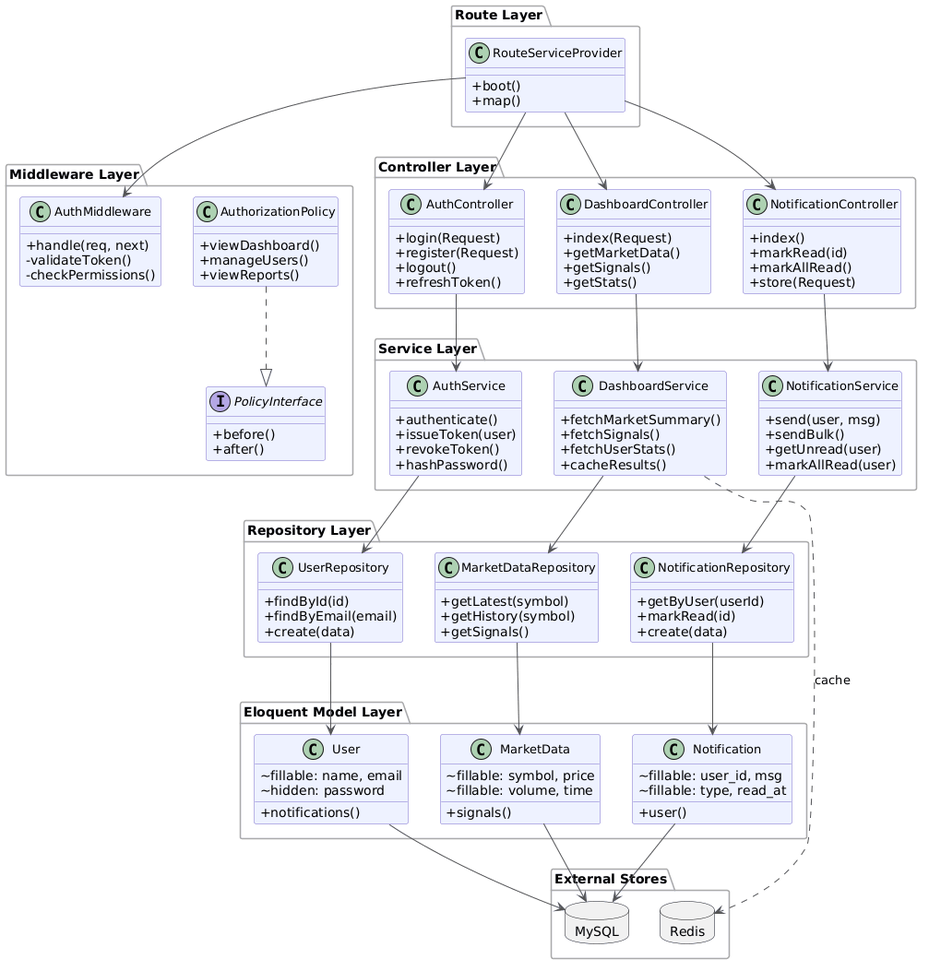
The PlantUML diagram PHP class diagram.png in vinhvrs/Decision-System-Advisor, before a commit.
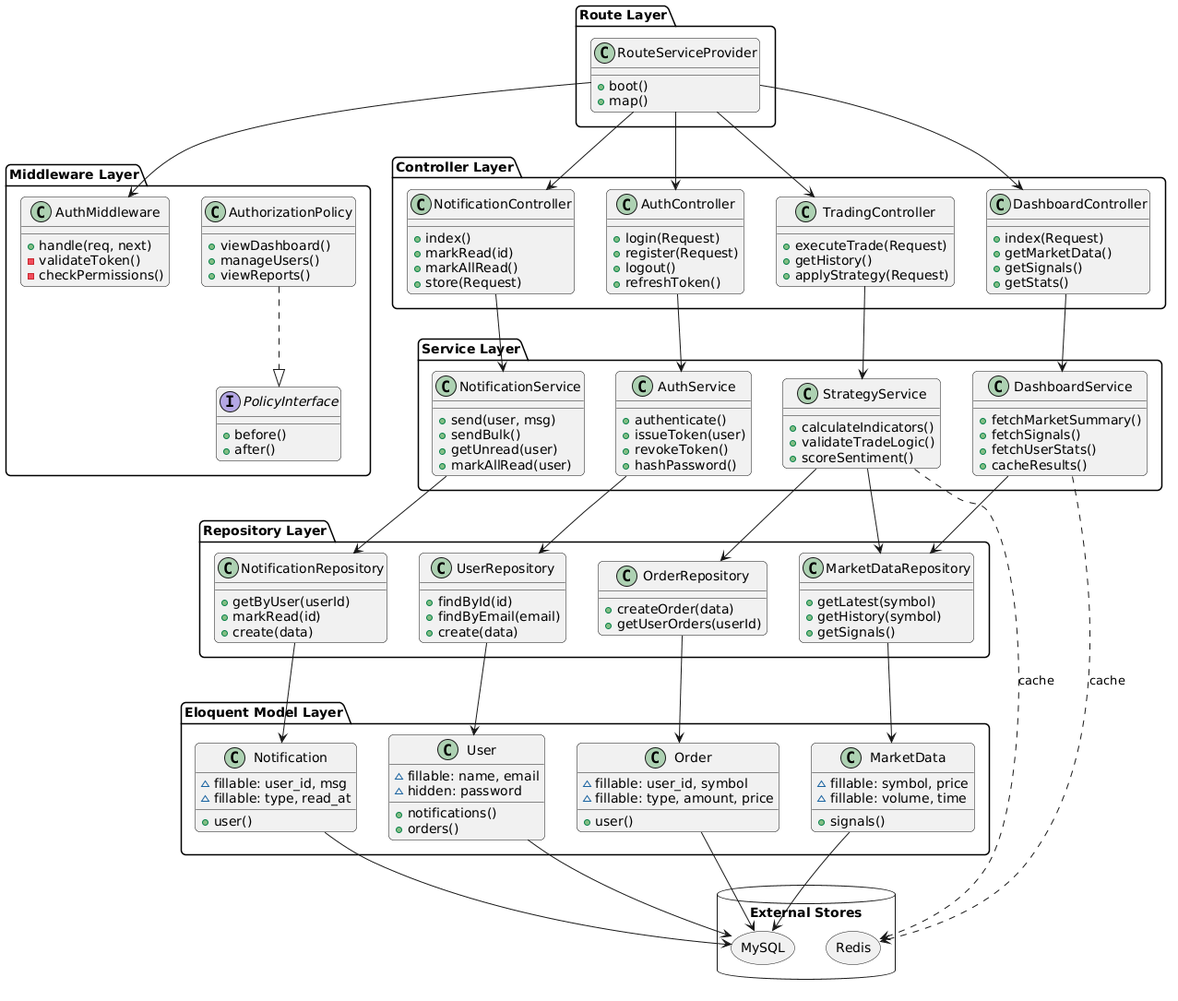
After the change.

The edit, as a diff of the source:
```diff
@@ -1,153 +1,165 @@
 @startuml
 allowmixing
-
-skinparam classAttributeIconSize 0
-skinparam classFontSize 13
-skinparam classBackgroundColor #EEF2FF
-skinparam classBorderColor #7C6FCD
-skinparam arrowColor #555555
-skinparam packageBackgroundColor #F8F8FF
-skinparam packageBorderColor #AAAAAA
+skinparam theme plain
+skinparam shadowing false
+skinparam roundcorner 10
 
 package "Route Layer" {
-  class RouteServiceProvider {
-    +boot()
-    +map()
-  }
+    class RouteServiceProvider {
+        +boot()
+        +map()
+    }
 }
 
 package "Middleware Layer" {
-  class AuthMiddleware {
-    +handle(req, next)
-    -validateToken()
-    -checkPermissions()
-  }
-
-  interface PolicyInterface {
-    +before()
-    +after()
-  }
-
-  class AuthorizationPolicy {
-    +viewDashboard()
-    +manageUsers()
-    +viewReports()
-  }
+    class AuthMiddleware {
+        +handle(req, next)
+        -validateToken()
+        -checkPermissions()
+    }
+    class AuthorizationPolicy {
+        +viewDashboard()
+        +manageUsers()
+        +viewReports()
+    }
+    interface PolicyInterface {
+        +before()
+        +after()
+    }
 }
 
 package "Controller Layer" {
-  class AuthController {
-    +login(Request)
-    +register(Request)
-    +logout()
-    +refreshToken()
-  }
-
-  class DashboardController {
-    +index(Request)
-    +getMarketData()
-    +getSignals()
-    +getStats()
-  }
-
-  class NotificationController {
-    +index()
-    +markRead(id)
-    +markAllRead()
-    +store(Request)
-  }
+    class AuthController {
+        +login(Request)
+        +register(Request)
+        +logout()
+        +refreshToken()
+    }
+    class DashboardController {
+        +index(Request)
+        +getMarketData()
+        +getSignals()
+        +getStats()
+    }
+    class TradingController {
+        +executeTrade(Request)
+        +getHistory()
+        +applyStrategy(Request)
+    }
+    class NotificationController {
+        +index()
+        +markRead(id)
+        +markAllRead()
+        +store(Request)
+    }
 }
 
 package "Service Layer" {
-  class AuthService {
-    +authenticate()
-    +issueToken(user)
-    +revokeToken()
-    +hashPassword()
-  }
-
-  class DashboardService {
-    +fetchMarketSummary()
-    +fetchSignals()
-    +fetchUserStats()
-    +cacheResults()
-  }
-
-  class NotificationService {
-    +send(user, msg)
-    +sendBulk()
-    +getUnread(user)
-    +markAllRead(user)
-  }
+    class AuthService {
+        +authenticate()
+        +issueToken(user)
+        +revokeToken()
+        +hashPassword()
+    }
+    class DashboardService {
+        +fetchMarketSummary()
+        +fetchSignals()
+        +fetchUserStats()
+        +cacheResults()
+    }
+    class StrategyService {
+        +calculateIndicators()
+        +validateTradeLogic()
+        +scoreSentiment()
+    }
+    class NotificationService {
+        +send(user, msg)
+        +sendBulk()
+        +getUnread(user)
+        +markAllRead(user)
+    }
 }
 
 package "Repository Layer" {
-  class UserRepository {
-    +findById(id)
-    +findByEmail(email)
-    +create(data)
-  }
-
-  class MarketDataRepository {
-    +getLatest(symbol)
-    +getHistory(symbol)
-    +getSignals()
-  }
-
-  class NotificationRepository {
-    +getByUser(userId)
-    +markRead(id)
-    +create(data)
-  }
+    class UserRepository {
+        +findById(id)
+        +findByEmail(email)
+        +create(data)
+    }
+    class MarketDataRepository {
+        +getLatest(symbol)
+        +getHistory(symbol)
+        +getSignals()
+    }
+    class OrderRepository {
+        +createOrder(data)
+        +getUserOrders(userId)
+    }
+    class NotificationRepository {
+        +getByUser(userId)
+        +markRead(id)
+        +create(data)
+    }
 }
 
 package "Eloquent Model Layer" {
-  class User {
-    ~fillable: name, email
-    ~hidden: password
-    +notifications()
-  }
-
-  class MarketData {
-    ~fillable: symbol, price
-    ~fillable: volume, time
-    +signals()
-  }
-
-  class Notification {
-    ~fillable: user_id, msg
-    ~fillable: type, read_at
-    +user()
-  }
+    class User {
+        ~fillable: name, email
+        ~hidden: password
+        +notifications()
+        +orders()
+    }
+    class MarketData {
+        ~fillable: symbol, price
+        ~fillable: volume, time
+        +signals()
+    }
+    class Order {
+        ~fillable: user_id, symbol
+        ~fillable: type, amount, price
+        +user()
+    }
+    class Notification {
+        ~fillable: user_id, msg
+        ~fillable: type, read_at
+        +user()
+    }
 }
 
-package "External Stores" {
-  database MySQL
-  database Redis
+database "External Stores" {
+    storage MySQL
+    storage Redis
 }
 
 RouteServiceProvider --> AuthMiddleware
 RouteServiceProvider --> AuthController
 RouteServiceProvider --> DashboardController
+RouteServiceProvider --> TradingController
 RouteServiceProvider --> NotificationController
 
 AuthorizationPolicy ..|> PolicyInterface
 
 AuthController --> AuthService
 DashboardController --> DashboardService
+TradingController --> StrategyService
 NotificationController --> NotificationService
 
 AuthService --> UserRepository
 DashboardService --> MarketDataRepository
+StrategyService --> OrderRepository
+StrategyService --> MarketDataRepository
 NotificationService --> NotificationRepository
-
-DashboardService ..> Redis : cache
 
 UserRepository --> User
 MarketDataRepository --> MarketData
+OrderRepository --> Order
 NotificationRepository --> Notification
 
 User --> MySQL
 MarketData --> MySQL
+Order --> MySQL
 Notification --> MySQL
+
+DashboardService ..> Redis : cache
+StrategyService ..> Redis : cache
 @enduml
```
